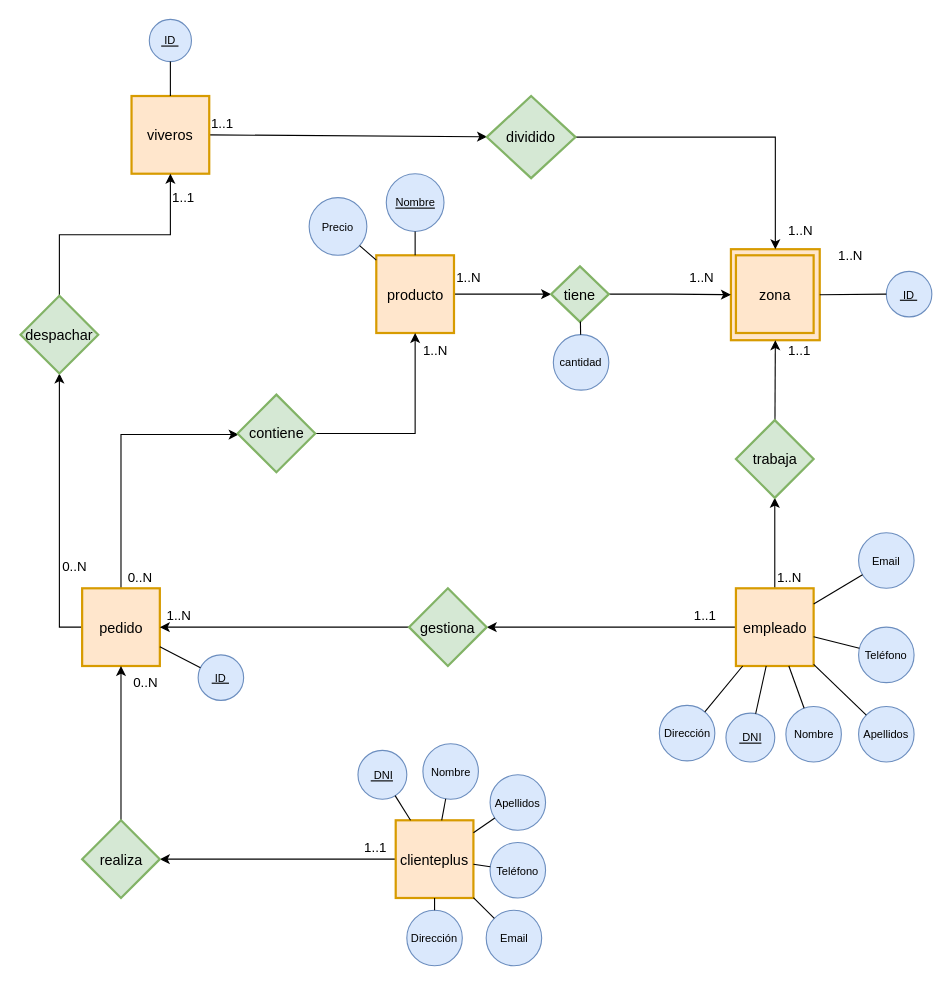
Earlier version of the draw.io diagram practica4/viveros.drawio (alu0100881165/ADBD). Source tidied: cells renumbered, new cells numbered last; positions are measured from the earlier drawing's top-left corner, leaving out a move shared by most shapes. Both pictures are drawn from the tidied source at 111%, with x=0, y=0 at pixel (20, 19).
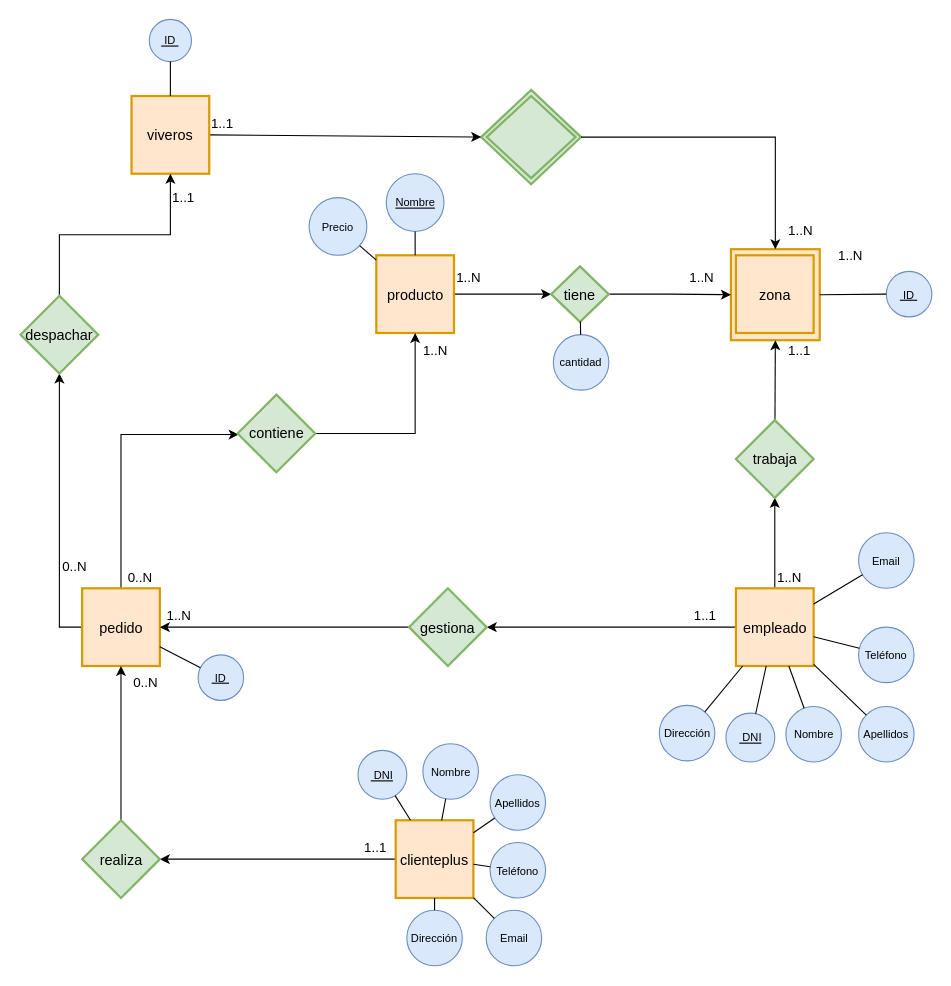
The same page after the edit.

The change refers to these unchanged cells:
```xml
<mxCell id="2" style="strokeWidth=2;whiteSpace=wrap;html=1;align=center;fontSize=13;fontFamily=Helvetica;fontColor=#000000;strokeColor=#d79b00;fillColor=#ffe6cc;" parent="1" vertex="1">
  <mxGeometry x="640" y="207" width="80" height="82" as="geometry" />
</mxCell>
<mxCell id="4" value="viveros" style="strokeWidth=2;whiteSpace=wrap;html=1;align=center;fontSize=13;fontFamily=Helvetica;fontColor=#000000;strokeColor=#d79b00;fillColor=#ffe6cc;" parent="1" vertex="1">
  <mxGeometry x="100" y="69" width="70" height="70" as="geometry" />
</mxCell>
```

Diff of the diagram source:
```diff
@@
+    <mxCell id="81" value="&lt;div&gt;&lt;br&gt;&lt;/div&gt;" style="shape=rhombus;strokeWidth=2;fontSize=13;perimeter=rhombusPerimeter;whiteSpace=wrap;html=1;align=center;fillColor=#d5e8d4;strokeColor=#82b366;" parent="1" vertex="1">
+      <mxGeometry x="415" y="63.5" width="90" height="85" as="geometry" />
+    </mxCell>
@@
-    <mxCell id="3" style="edgeStyle=none;rounded=0;jettySize=auto;html=1;exitX=1;exitY=0.5;exitDx=0;exitDy=0;" parent="1" edge="1" source="4" target="16">
+    <mxCell id="3" style="edgeStyle=none;rounded=0;jettySize=auto;html=1;exitX=1;exitY=0.5;exitDx=0;exitDy=0;entryX=0;entryY=0.5;entryDx=0;entryDy=0;" parent="1" edge="1" source="4" target="81">
       <mxGeometry relative="1" as="geometry" />
     </mxCell>
@@
-    <mxCell id="15" style="edgeStyle=none;rounded=0;jettySize=auto;html=1;entryX=0.5;entryY=0;entryDx=0;entryDy=0;" parent="1" edge="1" source="16" target="2">
+    <mxCell id="15" style="edgeStyle=none;rounded=0;jettySize=auto;html=1;entryX=0.5;entryY=0;entryDx=0;entryDy=0;exitX=1;exitY=0.5;exitDx=0;exitDy=0;" parent="1" edge="1" source="81" target="2">
       <mxGeometry relative="1" as="geometry">
         <Array as="points">
           <mxPoint x="680" y="106" />
         </Array>
       </mxGeometry>
     </mxCell>
-    <mxCell id="16" value="&lt;div&gt;dividido&lt;/div&gt;" style="shape=rhombus;strokeWidth=2;fontSize=13;perimeter=rhombusPerimeter;whiteSpace=wrap;html=1;align=center;fillColor=#d5e8d4;strokeColor=#82b366;" parent="1" vertex="1">
+    <mxCell id="16" style="shape=rhombus;strokeWidth=2;fontSize=13;perimeter=rhombusPerimeter;whiteSpace=wrap;html=1;align=center;fillColor=#d5e8d4;strokeColor=#82b366;" parent="1" vertex="1">
       <mxGeometry x="420" y="69" width="80" height="74" as="geometry" />
     </mxCell>
```
